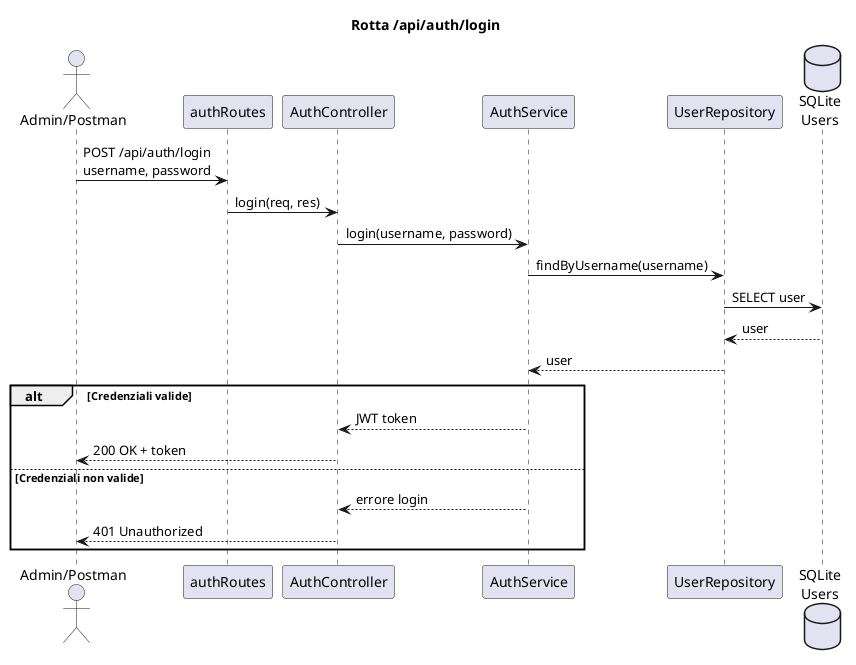
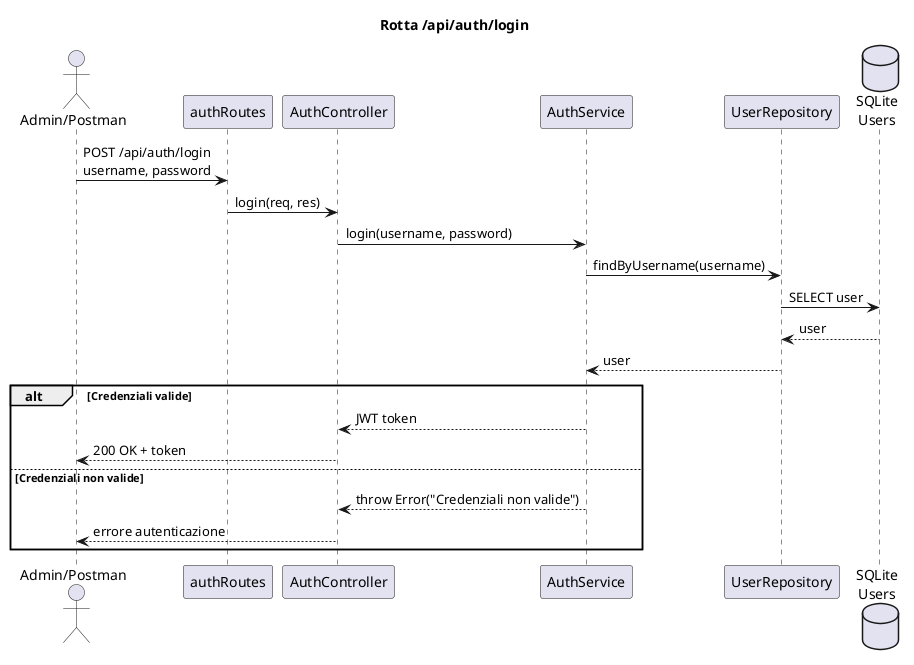
@startuml sequenzaLogin
title Rotta /api/auth/login

actor "Admin/Postman" as Client
participant "authRoutes" as Route
participant "AuthController" as Controller
participant "AuthService" as Service
participant "UserRepository" as Repo
database "SQLite\nUsers" as DB

Client -> Route : POST /api/auth/login\nusername, password
Route -> Controller : login(req, res)
Controller -> Service : login(username, password)
Service -> Repo : findByUsername(username)
Repo -> DB : SELECT user
DB --> Repo : user
Repo --> Service : user

alt Credenziali valide
    Service --> Controller : JWT token
    Controller --> Client : 200 OK + token
else Credenziali non valide
-     Service --> Controller : errore login
-     Controller --> Client : 401 Unauthorized
+     Service --> Controller : throw Error("Credenziali non valide")
+     Controller --> Client : errore autenticazione
end

@enduml